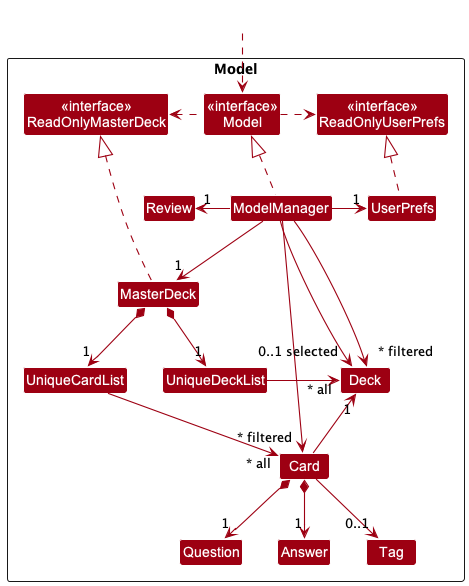
Earlier version of the PlantUML export docs/images/ModelClassDiagram.png (nus-cs2103-AY2223S2/tp). Source of this version:
```plantuml
@startuml
!include style.puml
skinparam arrowThickness 1.1
skinparam arrowColor MODEL_COLOR
skinparam classBackgroundColor MODEL_COLOR

Package Model as PackageModel <<Rectangle>>{
Class "<<interface>>\nReadOnlyMasterDeck" as ReadOnlyMasterDeck
Class "<<interface>>\nReadOnlyUserPrefs" as ReadOnlyUserPrefs
Class "<<interface>>\nModel" as Model
Class MasterDeck
Class ModelManager
Class UserPrefs

Class UniqueCardList
Class UniqueDeckList
Class Review
Class Card
Class Question
Class Answer
Class Tag
Class Deck

}

Class HiddenOutside #FFFFFF
HiddenOutside ..> Model

MasterDeck .up.|> ReadOnlyMasterDeck

ModelManager .up.|> Model
Model .right.> ReadOnlyUserPrefs
Model .left.> ReadOnlyMasterDeck
ModelManager -down-> "1" MasterDeck
ModelManager -right-> "1" UserPrefs
ModelManager -left-> "1" Review
UserPrefs .up.|> ReadOnlyUserPrefs

MasterDeck *--> "1" UniqueCardList
MasterDeck *--> "1" UniqueDeckList
UniqueCardList --> "~* all" Card
UniqueDeckList -right-> "~* all" Deck
Card *--> "1" Question
Card *--> "1" Answer
Card --> "0..1" Tag
Card -up-> "1" Deck


ModelManager --->"~* filtered" Card
ModelManager --> "0..1 selected" Deck
ModelManager -->"~* filtered" Deck

@enduml
```
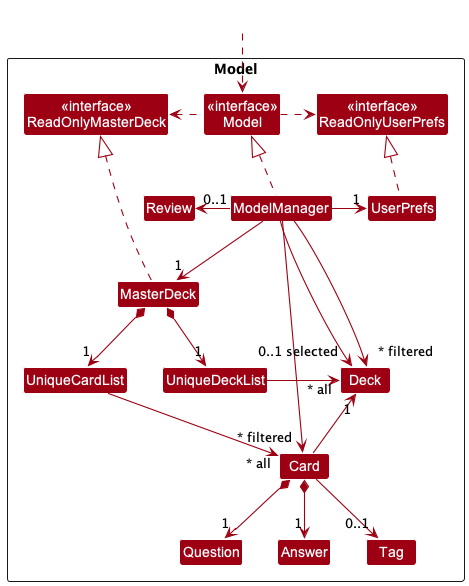
The same file after the commit.

Commit message:
Amend model class diagram

Change to the diagram source:
```diff
@@ -33,7 +33,7 @@
 Model .left.> ReadOnlyMasterDeck
 ModelManager -down-> "1" MasterDeck
 ModelManager -right-> "1" UserPrefs
-ModelManager -left-> "1" Review
+ModelManager -left-> "0..1" Review
 UserPrefs .up.|> ReadOnlyUserPrefs
 
 MasterDeck *--> "1" UniqueCardList
```
